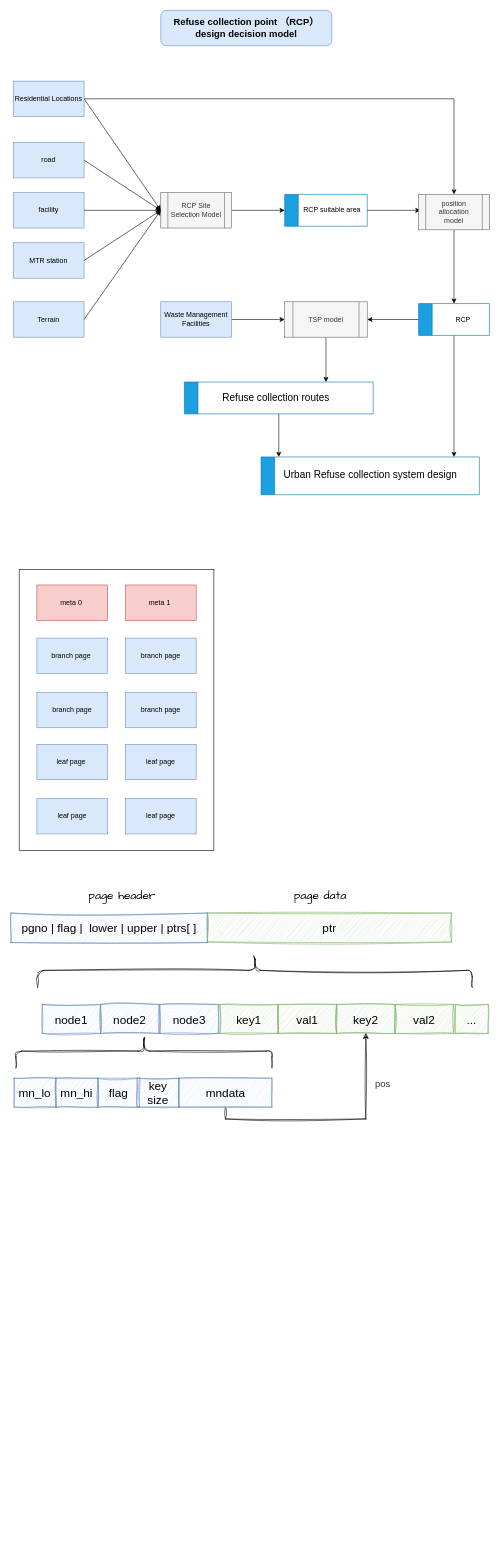
CrystalParaboy/cuhk-gis-bigdata keeps this draw.io diagram as GIS model.drawio. Above is the earlier version. Source tidied: cells renumbered, new cells numbered last; positions are measured from the earlier drawing's top-left corner, leaving out a move shared by most shapes. Both pictures are drawn from the tidied source at 59%, with x=0, y=0 at pixel (11, 10).
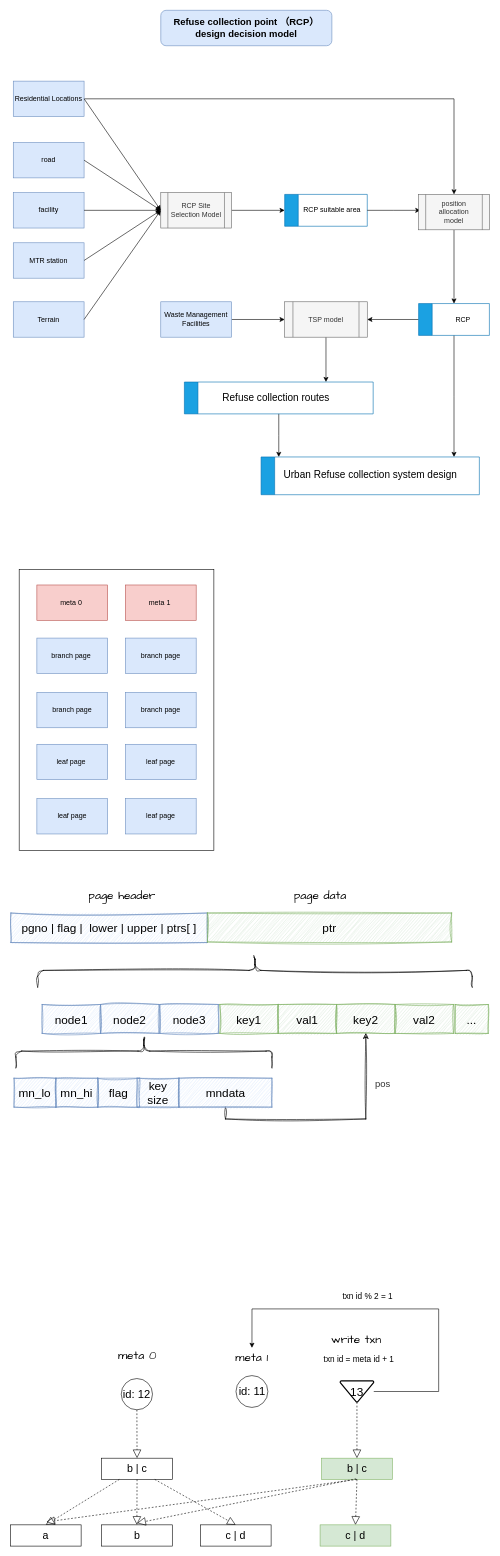
The same diagram, later.

What changed in the source:
```diff
@@
+    <mxCell id="66" value="&lt;font style=&quot;font-size: 19px;&quot;&gt;id: 12&lt;br&gt;&lt;/font&gt;" style="ellipse;whiteSpace=wrap;html=1;" parent="1" vertex="1">
+      <mxGeometry x="187" y="2319" width="53" height="53" as="geometry" />
+    </mxCell>
+    <mxCell id="67" value="&lt;font style=&quot;font-size: 19px;&quot;&gt;id: 11&lt;/font&gt;" style="ellipse;whiteSpace=wrap;html=1;" parent="1" vertex="1">
+      <mxGeometry x="381.5" y="2314" width="54" height="54" as="geometry" />
+    </mxCell>
+    <mxCell id="68" value="meta 0" style="text;html=1;strokeColor=none;fillColor=none;align=center;verticalAlign=middle;whiteSpace=wrap;rounded=0;fontSize=20;fontFamily=Architects Daughter;" parent="1" vertex="1">
+      <mxGeometry x="140.5" y="2264" width="146.5" height="30" as="geometry" />
+    </mxCell>
+    <mxCell id="69" value="meta 1" style="text;html=1;strokeColor=none;fillColor=none;align=center;verticalAlign=middle;whiteSpace=wrap;rounded=0;fontSize=20;fontFamily=Architects Daughter;" parent="1" vertex="1">
+      <mxGeometry x="335.3" y="2267" width="146.5" height="30" as="geometry" />
+    </mxCell>
+    <mxCell id="70" style="endArrow=block;dashed=1;endFill=0;endSize=12;html=1;rounded=0;exitX=0.5;exitY=1;exitDx=0;exitDy=0;entryX=0.5;entryY=0;entryDx=0;entryDy=0;" parent="1" edge="1" source="66" target="71">
+      <mxGeometry relative="1" as="geometry" />
+    </mxCell>
+    <mxCell id="71" value="&lt;font style=&quot;font-size: 18px;&quot;&gt;b | c&lt;/font&gt;" style="rounded=0;whiteSpace=wrap;html=1;" parent="1" vertex="1">
+      <mxGeometry x="153.8" y="2454" width="120" height="36" as="geometry" />
+    </mxCell>
+    <mxCell id="72" value="&lt;font style=&quot;font-size: 18px;&quot;&gt;a&lt;/font&gt;" style="rounded=0;whiteSpace=wrap;html=1;" parent="1" vertex="1">
+      <mxGeometry x="-1" y="2567" width="120" height="36" as="geometry" />
+    </mxCell>
+    <mxCell id="73" value="&lt;font style=&quot;font-size: 18px;&quot;&gt;b&lt;/font&gt;" style="rounded=0;whiteSpace=wrap;html=1;" parent="1" vertex="1">
+      <mxGeometry x="153.5" y="2567" width="120" height="36" as="geometry" />
+    </mxCell>
+    <mxCell id="74" value="&lt;font style=&quot;font-size: 18px;&quot;&gt;c | d&lt;/font&gt;" style="rounded=0;whiteSpace=wrap;html=1;" parent="1" vertex="1">
+      <mxGeometry x="321" y="2567" width="120" height="36" as="geometry" />
+    </mxCell>
+    <mxCell id="75" style="endArrow=block;dashed=1;endFill=0;endSize=12;html=1;rounded=0;exitX=0.25;exitY=1;exitDx=0;exitDy=0;entryX=0.5;entryY=0;entryDx=0;entryDy=0;" parent="1" edge="1" source="71" target="72">
+      <mxGeometry relative="1" as="geometry" />
+    </mxCell>
+    <mxCell id="76" style="endArrow=block;dashed=1;endFill=0;endSize=12;html=1;rounded=0;exitX=0.5;exitY=1;exitDx=0;exitDy=0;entryX=0.5;entryY=0;entryDx=0;entryDy=0;" parent="1" edge="1" source="71" target="73">
+      <mxGeometry relative="1" as="geometry" />
+    </mxCell>
+    <mxCell id="77" style="endArrow=block;dashed=1;endFill=0;endSize=12;html=1;rounded=0;exitX=0.75;exitY=1;exitDx=0;exitDy=0;entryX=0.5;entryY=0;entryDx=0;entryDy=0;" parent="1" edge="1" source="71" target="74">
+      <mxGeometry relative="1" as="geometry" />
+    </mxCell>
+    <mxCell id="78" value="&amp;nbsp;write txn" style="text;html=1;strokeColor=none;fillColor=none;align=center;verticalAlign=middle;whiteSpace=wrap;rounded=0;fontSize=20;fontFamily=Architects Daughter;" parent="1" vertex="1">
+      <mxGeometry x="507.5" y="2237" width="146.5" height="30" as="geometry" />
+    </mxCell>
+    <mxCell id="79" value="&lt;font style=&quot;font-size: 14px;&quot; face=&quot;Helvetica&quot;&gt;txn id = meta id + 1&lt;/font&gt;" style="text;html=1;strokeColor=none;fillColor=none;align=center;verticalAlign=middle;whiteSpace=wrap;rounded=0;fontSize=20;fontFamily=Architects Daughter;" parent="1" vertex="1">
+      <mxGeometry x="521" y="2275" width="137.5" height="19" as="geometry" />
+    </mxCell>
+    <mxCell id="80" style="edgeStyle=orthogonalEdgeStyle;rounded=0;jettySize=auto;html=1;exitX=1;exitY=0.5;exitDx=0;exitDy=0;exitPerimeter=0;entryX=0.5;entryY=0;entryDx=0;entryDy=0;" parent="1" edge="1" source="81" target="69">
+      <mxGeometry relative="1" as="geometry">
+        <Array as="points">
+          <mxPoint x="725" y="2341" />
+          <mxPoint x="725" y="2201" />
+          <mxPoint x="409" y="2201" />
+        </Array>
+      </mxGeometry>
+    </mxCell>
+    <mxCell id="81" value="&lt;font style=&quot;font-size: 20px;&quot;&gt;13&lt;/font&gt;" style="strokeWidth=2;html=1;shape=mxgraph.flowchart.merge_or_storage;whiteSpace=wrap;" parent="1" vertex="1">
+      <mxGeometry x="558" y="2323" width="57" height="36" as="geometry" />
+    </mxCell>
+    <mxCell id="82" value="&lt;font style=&quot;font-size: 18px;&quot;&gt;b | c&lt;/font&gt;" style="rounded=0;whiteSpace=wrap;html=1;fillColor=#d5e8d4;strokeColor=#82b366;" parent="1" vertex="1">
+      <mxGeometry x="526.5" y="2454" width="120" height="36" as="geometry" />
+    </mxCell>
+    <mxCell id="83" value="&lt;font style=&quot;font-size: 18px;&quot;&gt;c | d&lt;/font&gt;" style="rounded=0;whiteSpace=wrap;html=1;fillColor=#d5e8d4;strokeColor=#82b366;" parent="1" vertex="1">
+      <mxGeometry x="524" y="2567" width="120" height="36" as="geometry" />
+    </mxCell>
+    <mxCell id="84" style="endArrow=block;dashed=1;endFill=0;endSize=12;html=1;rounded=0;exitX=0.5;exitY=1;exitDx=0;exitDy=0;entryX=0.5;entryY=0;entryDx=0;entryDy=0;exitPerimeter=0;" parent="1" edge="1" source="81" target="82">
+      <mxGeometry relative="1" as="geometry" />
+    </mxCell>
+    <mxCell id="85" style="endArrow=block;dashed=1;endFill=0;endSize=12;html=1;rounded=0;exitX=0.5;exitY=1;exitDx=0;exitDy=0;entryX=0.5;entryY=0;entryDx=0;entryDy=0;" parent="1" edge="1" source="82" target="83">
+      <mxGeometry relative="1" as="geometry" />
+    </mxCell>
+    <mxCell id="86" style="endArrow=block;dashed=1;endFill=0;endSize=12;html=1;rounded=0;exitX=0.5;exitY=1;exitDx=0;exitDy=0;" parent="1" edge="1" source="82">
+      <mxGeometry relative="1" as="geometry">
+        <mxPoint x="60" y="2562" as="targetPoint" />
+      </mxGeometry>
+    </mxCell>
+    <mxCell id="87" style="endArrow=block;dashed=1;endFill=0;endSize=12;html=1;rounded=0;" parent="1" edge="1">
+      <mxGeometry relative="1" as="geometry">
+        <mxPoint x="585" y="2489" as="sourcePoint" />
+        <mxPoint x="214" y="2564" as="targetPoint" />
+      </mxGeometry>
+    </mxCell>
+    <mxCell id="88" value="&lt;font style=&quot;font-size: 14px;&quot; face=&quot;Helvetica&quot;&gt;txn id % 2 = 1&lt;/font&gt;" style="text;html=1;strokeColor=none;fillColor=none;align=center;verticalAlign=middle;whiteSpace=wrap;rounded=0;fontSize=20;fontFamily=Architects Daughter;" parent="1" vertex="1">
+      <mxGeometry x="536" y="2167" width="137.5" height="19" as="geometry" />
+    </mxCell>
```
